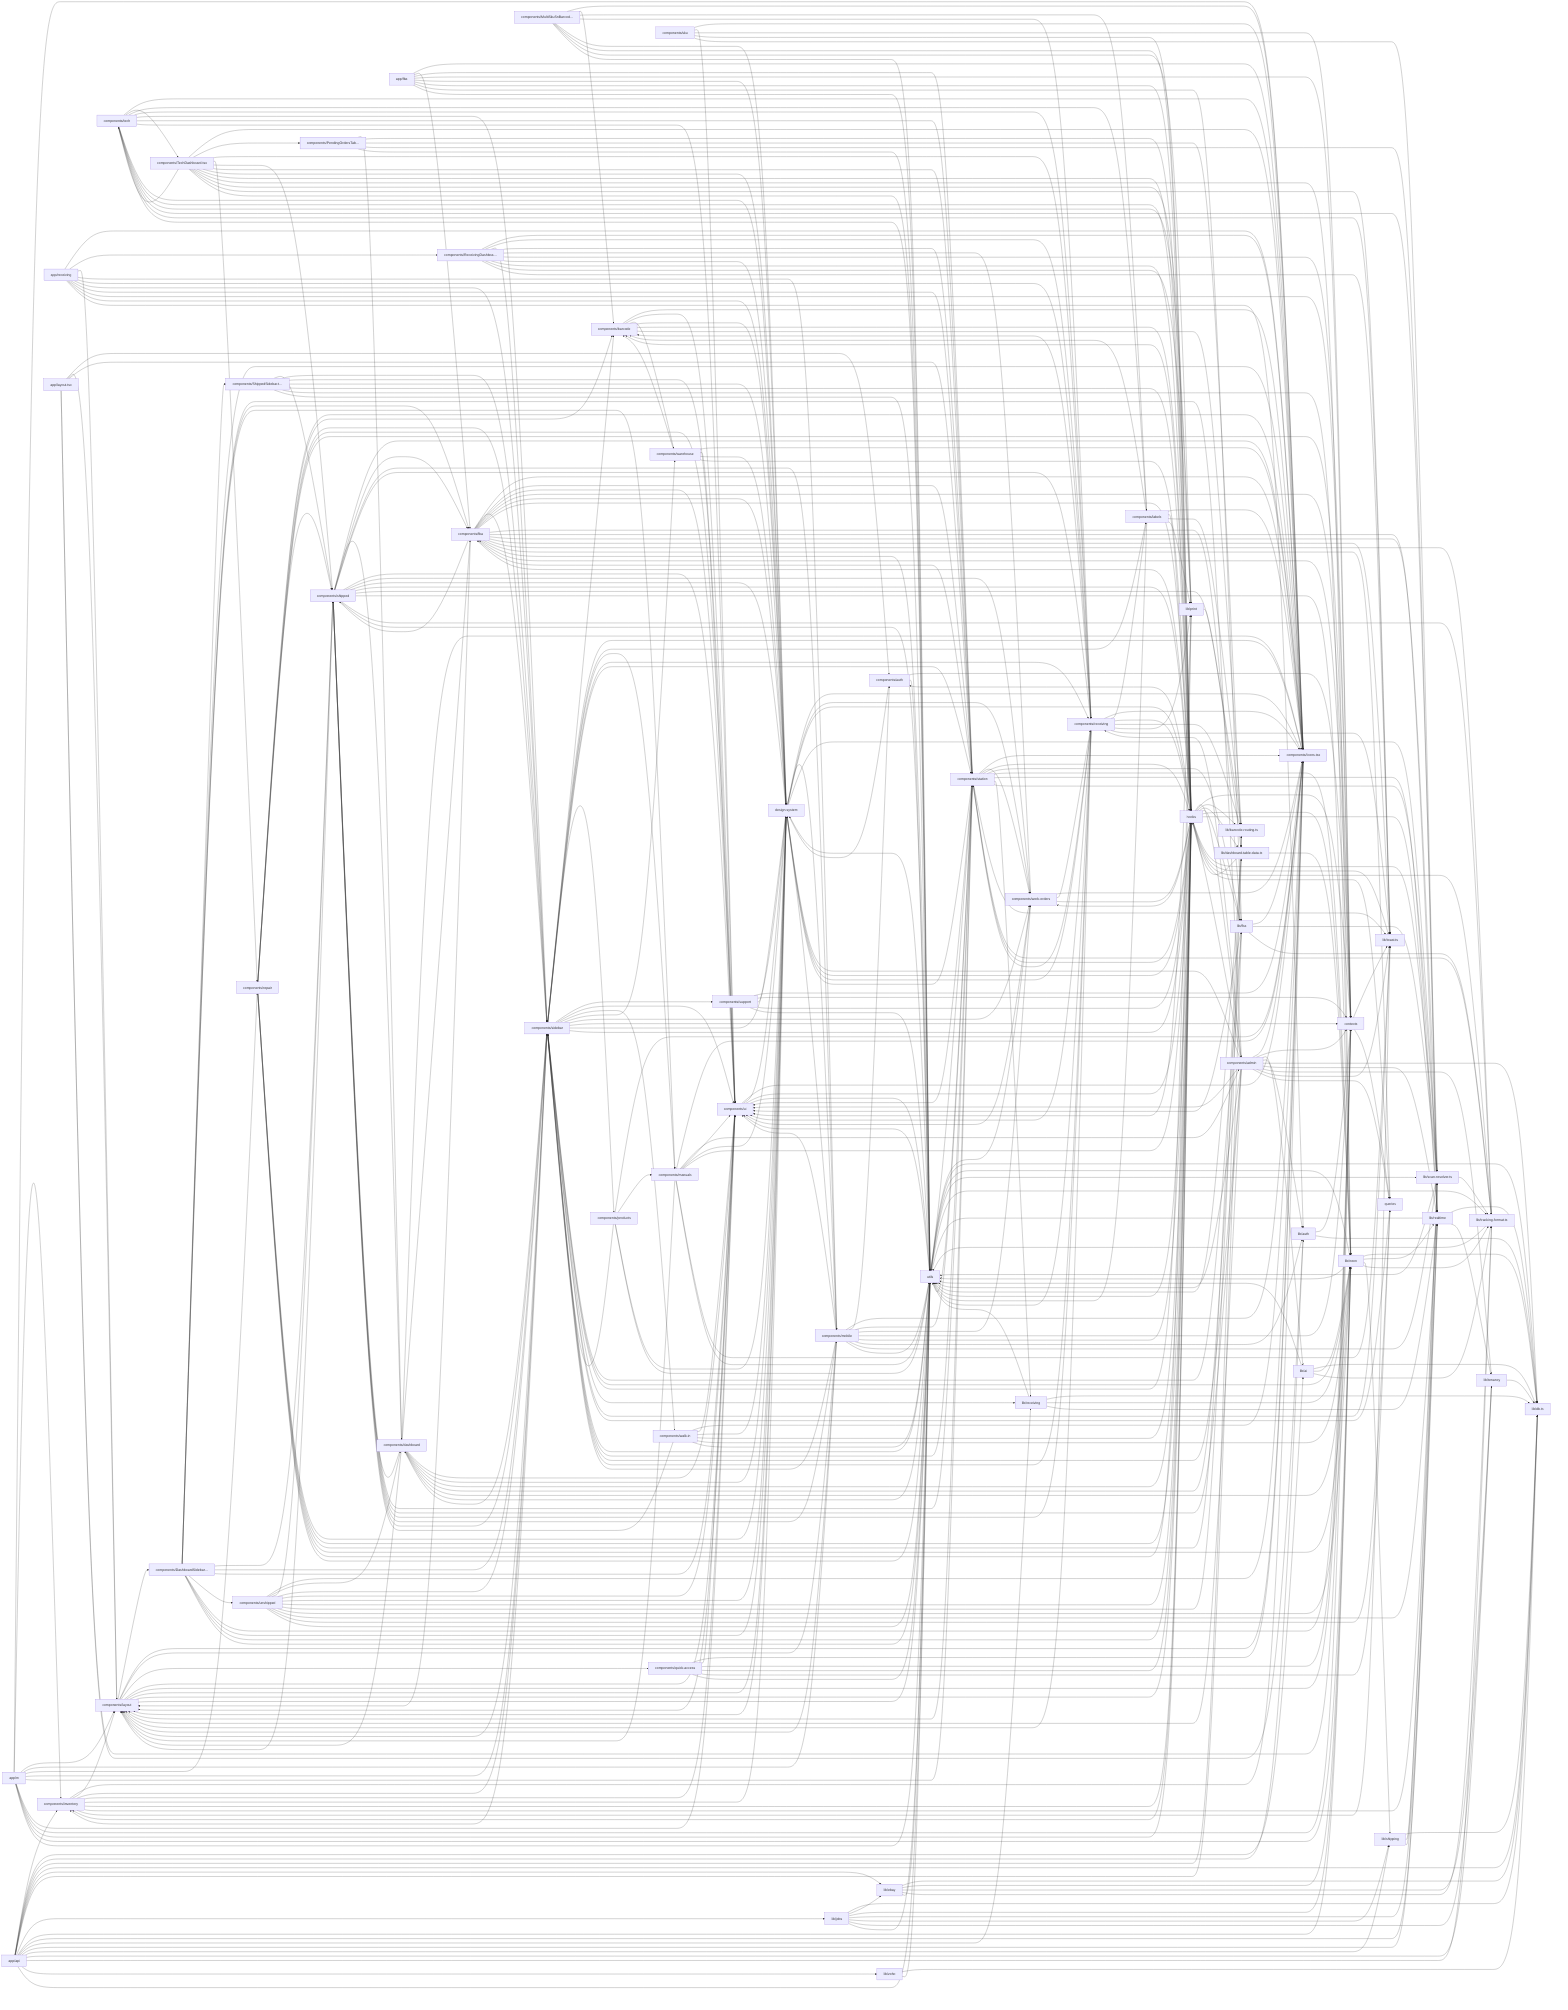
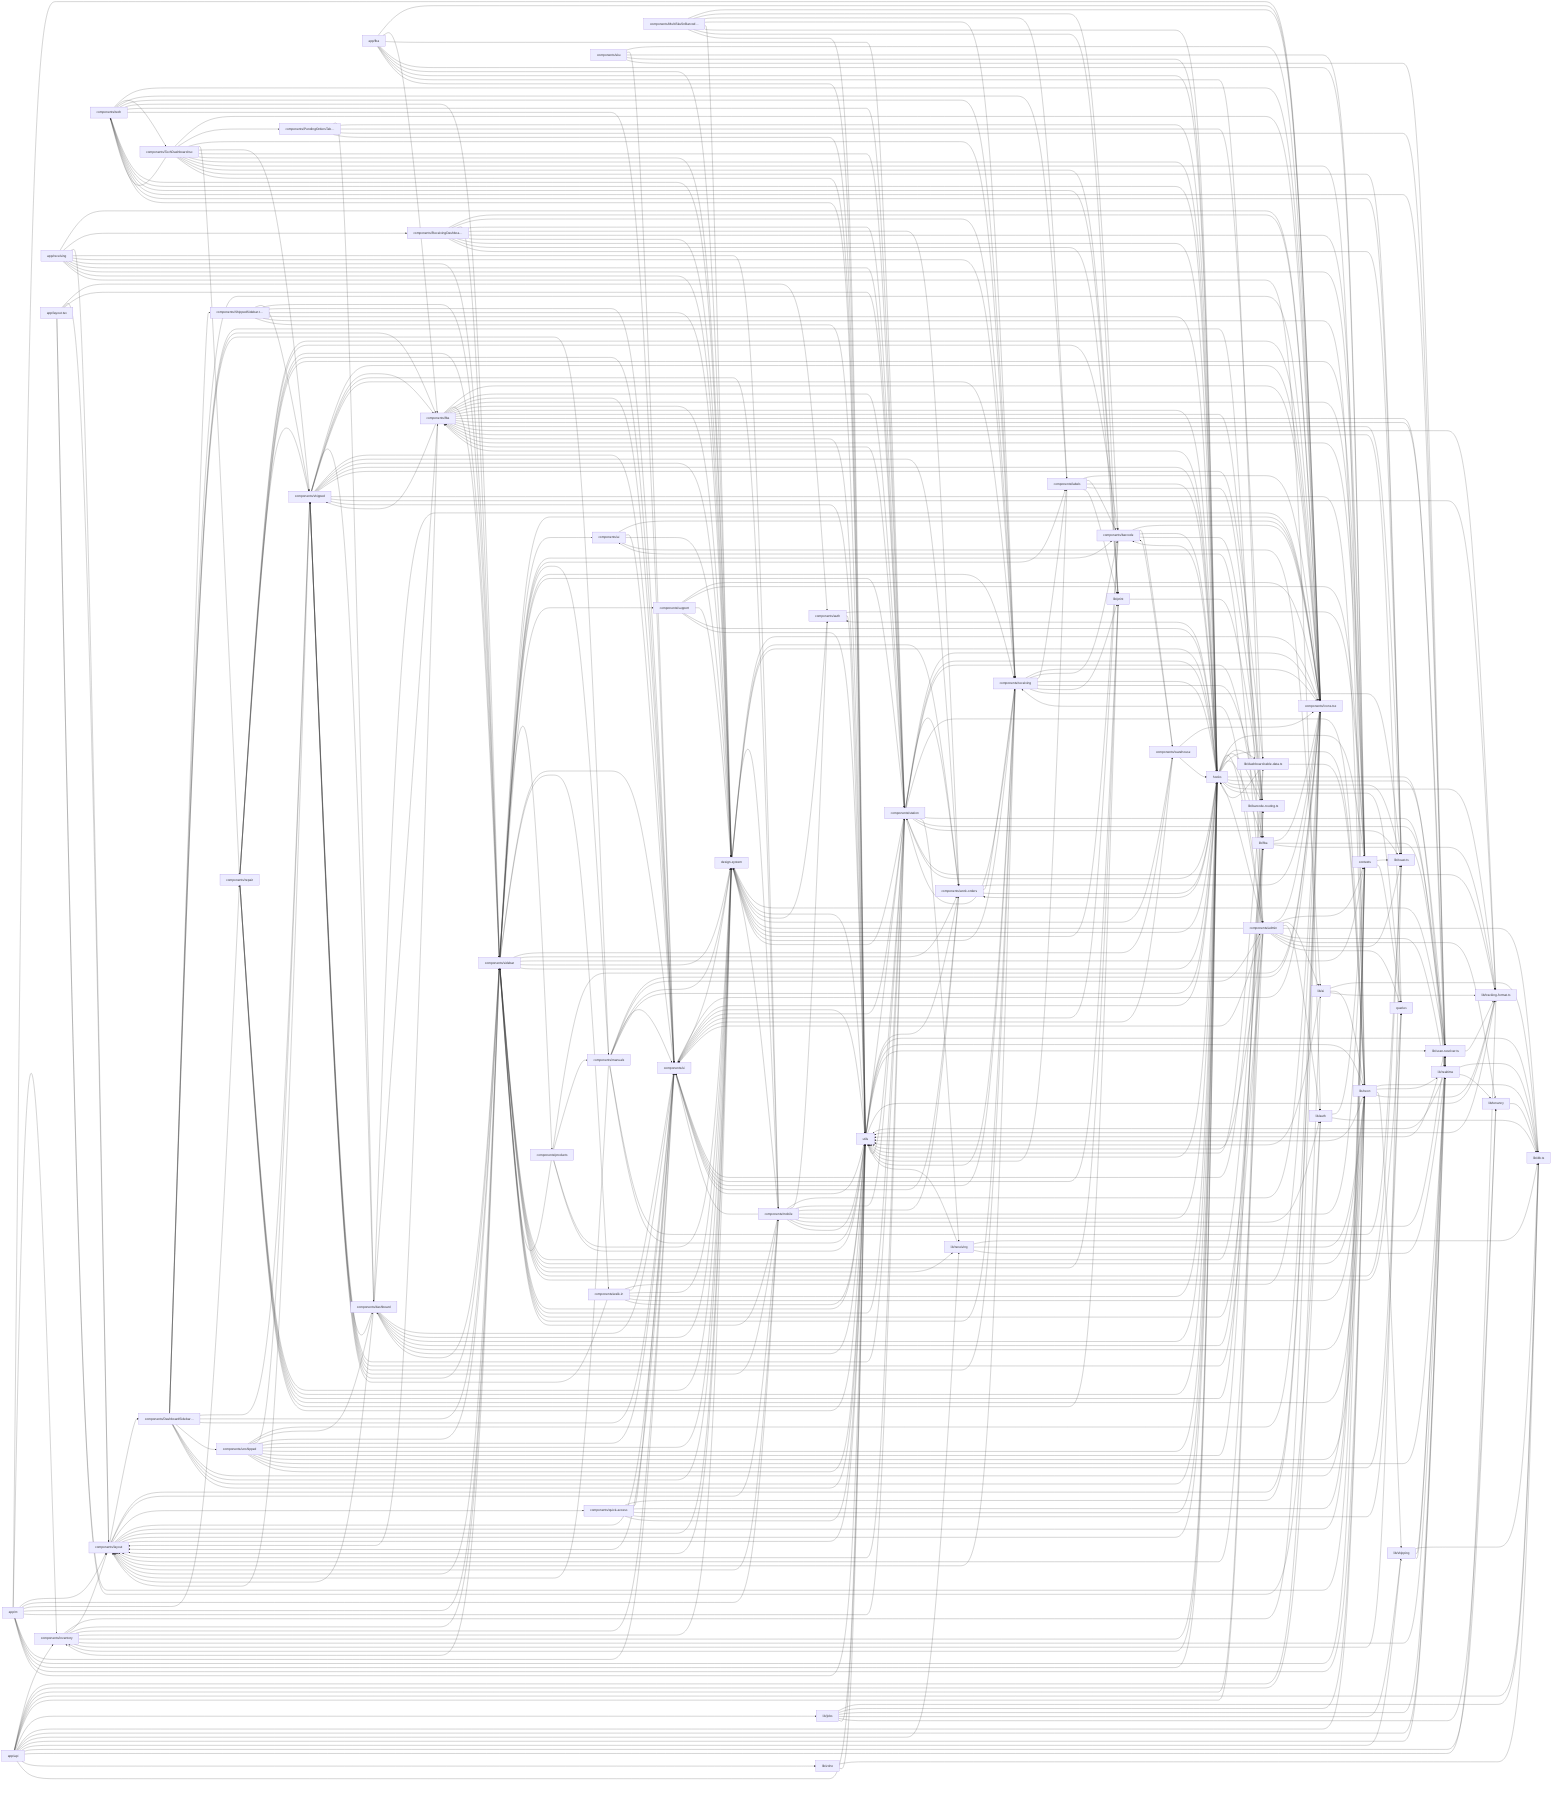
flowchart LR
  app_api["app/api"]
  click app_api "src/app/api/scan-tracking/route.ts" "Open src/app/api/scan-tracking/route.ts"
  hooks["hooks"]
  click hooks "src/hooks/_lifecycle.ts" "Open src/hooks/_lifecycle.ts"
  utils["utils"]
  click utils "src/utils/upnext-shared.ts" "Open src/utils/upnext-shared.ts"
  components_sidebar["components/sidebar"]
  click components_sidebar "src/components/sidebar/AiChatSidebarPanel.tsx" "Open src/components/sidebar/AiChatSidebarPanel.tsx"
  components_Icons_tsx["components/Icons.tsx"]
  click components_Icons_tsx "src/components/Icons.tsx" "Open src/components/Icons.tsx"
  design_system["design-system"]
  click design_system "src/design-system/index.ts" "Open src/design-system/index.ts"
  components_ui["components/ui"]
  click components_ui "src/components/ui/DeleteButton.tsx" "Open src/components/ui/DeleteButton.tsx"
  lib_db_ts["lib/db.ts"]
  click lib_db_ts "src/lib/db.ts" "Open src/lib/db.ts"
  components_station["components/station"]
  click components_station "src/components/station/BarcodeScanner.tsx" "Open src/components/station/BarcodeScanner.tsx"
  components_shipped["components/shipped"]
  click components_shipped "src/components/shipped/DateGroupHeader.tsx" "Open src/components/shipped/DateGroupHeader.tsx"
  components_layout["components/layout"]
  click components_layout "src/components/layout/GlobalHeader.tsx" "Open src/components/layout/GlobalHeader.tsx"
  lib_neon["lib/neon"]
  click lib_neon "src/lib/neon/serial-units-queries.ts" "Open src/lib/neon/serial-units-queries.ts"
  contexts["contexts"]
  click contexts "src/contexts/HeaderContext.tsx" "Open src/contexts/HeaderContext.tsx"
  components_receiving["components/receiving"]
  click components_receiving "src/components/receiving/Mode2Unboxing.tsx" "Open src/components/receiving/Mode2Unboxing.tsx"
  components_admin["components/admin"]
  click components_admin "src/components/admin/SkuCatalogManagementTab.tsx" "Open src/components/admin/SkuCatalogManagementTab.tsx"
  components_mobile["components/mobile"]
  click components_mobile "src/components/mobile/ScanSurface.tsx" "Open src/components/mobile/ScanSurface.tsx"
  components_fba["components/fba"]
  click components_fba "src/components/fba/FbaShippedTable.tsx" "Open src/components/fba/FbaShippedTable.tsx"
  lib_realtime["lib/realtime"]
  click lib_realtime "src/lib/realtime/db-events.ts" "Open src/lib/realtime/db-events.ts"
  components_tech["components/tech"]
  click components_tech "src/components/tech/UpNextActionDock.tsx" "Open src/components/tech/UpNextActionDock.tsx"
  components_repair["components/repair"]
  click components_repair "src/components/repair/SignaturePad.tsx" "Open src/components/repair/SignaturePad.tsx"
  lib_auth["lib/auth"]
  click lib_auth "src/lib/auth/permission-registry.ts" "Open src/lib/auth/permission-registry.ts"
  components_TechDashboard_tsx["components/TechDashboard.tsx"]
  click components_TechDashboard_tsx "src/components/TechDashboard.tsx" "Open src/components/TechDashboard.tsx"
  components_inventory["components/inventory"]
  click components_inventory "src/components/inventory/InventoryShell.tsx" "Open src/components/inventory/InventoryShell.tsx"
  lib_scan_resolver_ts["lib/scan-resolver.ts"]
  click lib_scan_resolver_ts "src/lib/scan-resolver.ts" "Open src/lib/scan-resolver.ts"
  lib_tracking_format_ts["lib/tracking-format.ts"]
  click lib_tracking_format_ts "src/lib/tracking-format.ts" "Open src/lib/tracking-format.ts"
  components_DashboardSidebar_tsx["components/DashboardSidebar…"]
  click components_DashboardSidebar_tsx "src/components/DashboardSidebar.tsx" "Open src/components/DashboardSidebar.tsx"
  components_dashboard["components/dashboard"]
  click components_dashboard "src/components/dashboard/StockZohoOrdersTable.tsx" "Open src/components/dashboard/StockZohoOrdersTable.tsx"
  components_barcode["components/barcode"]
  click components_barcode "src/components/barcode/SkuInput.tsx" "Open src/components/barcode/SkuInput.tsx"
  components_unshipped["components/unshipped"]
  click components_unshipped "src/components/unshipped/UnshippedTable.tsx" "Open src/components/unshipped/UnshippedTable.tsx"
  components_work_orders["components/work-orders"]
  click components_work_orders "src/components/work-orders/WorkOrderInfoStrip.tsx" "Open src/components/work-orders/WorkOrderInfoStrip.tsx"
  lib_jobs["lib/jobs"]
  click lib_jobs "src/lib/jobs/ebay-sync.ts" "Open src/lib/jobs/ebay-sync.ts"
  app_m["app/m"]
  click app_m "src/app/m/layout.tsx" "Open src/app/m/layout.tsx"
  components_manuals["components/manuals"]
  click components_manuals "src/components/manuals/ManualsLibrarySidebar.tsx" "Open src/components/manuals/ManualsLibrarySidebar.tsx"
  lib_toast_ts["lib/toast.ts"]
  click lib_toast_ts "src/lib/toast.ts" "Open src/lib/toast.ts"
  components_ReceivingDashboard_tsx["components/ReceivingDashboa…"]
  click components_ReceivingDashboard_tsx "src/components/ReceivingDashboard.tsx" "Open src/components/ReceivingDashboard.tsx"
  lib_print["lib/print"]
  click lib_print "src/lib/print/printLabel.ts" "Open src/lib/print/printLabel.ts"
  lib_fba["lib/fba"]
  click lib_fba "src/lib/fba/board-item.ts" "Open src/lib/fba/board-item.ts"
  app_receiving["app/receiving"]
  click app_receiving "src/app/receiving/page.tsx" "Open src/app/receiving/page.tsx"
  components_labels["components/labels"]
  click components_labels "src/components/labels/ReceivingCartonLabel.tsx" "Open src/components/labels/ReceivingCartonLabel.tsx"
  components_walk_in["components/walk-in"]
  click components_walk_in "src/components/walk-in/SalesDetailsPanel.tsx" "Open src/components/walk-in/SalesDetailsPanel.tsx"
  lib_tenancy["lib/tenancy"]
  click lib_tenancy "src/lib/tenancy/db.test.ts" "Open src/lib/tenancy/db.test.ts"
  components_warehouse["components/warehouse"]
  click components_warehouse "src/components/warehouse/roomFinderContext.tsx" "Open src/components/warehouse/roomFinderContext.tsx"
  app_layout_tsx["app/layout.tsx"]
  click app_layout_tsx "src/app/layout.tsx" "Open src/app/layout.tsx"
  components_ShippedSidebar_tsx["components/ShippedSidebar.t…"]
  click components_ShippedSidebar_tsx "src/components/ShippedSidebar.tsx" "Open src/components/ShippedSidebar.tsx"
  components_quick_access["components/quick-access"]
  click components_quick_access "src/components/quick-access/RecentSection.tsx" "Open src/components/quick-access/RecentSection.tsx"
  components_support["components/support"]
  click components_support "src/components/support/zendesk/badges.ts" "Open src/components/support/zendesk/badges.ts"
  components_sku["components/sku"]
  click components_sku "src/components/sku/BinRowDetailsSheet.tsx" "Open src/components/sku/BinRowDetailsSheet.tsx"
  lib_shipping["lib/shipping"]
  click lib_shipping "src/lib/shipping/repository.ts" "Open src/lib/shipping/repository.ts"
  lib_ai["lib/ai"]
  click lib_ai "src/lib/ai/date-range.test.ts" "Open src/lib/ai/date-range.test.ts"
  lib_receiving["lib/receiving"]
  click lib_receiving "src/lib/receiving/serial-attach.test.ts" "Open src/lib/receiving/serial-attach.test.ts"
  app_fba["app/fba"]
  click app_fba "src/app/fba/page.tsx" "Open src/app/fba/page.tsx"
  queries["queries"]
  click queries "src/queries/keys.ts" "Open src/queries/keys.ts"
  components_MultiSkuSnBarcode_tsx["components/MultiSkuSnBarcod…"]
  click components_MultiSkuSnBarcode_tsx "src/components/MultiSkuSnBarcode.tsx" "Open src/components/MultiSkuSnBarcode.tsx"
  components_PendingOrdersTable_tsx["components/PendingOrdersTab…"]
  click components_PendingOrdersTable_tsx "src/components/PendingOrdersTable.tsx" "Open src/components/PendingOrdersTable.tsx"
  components_products["components/products"]
  click components_products "src/components/products/types.ts" "Open src/components/products/types.ts"
  components_auth["components/auth"]
  click components_auth "src/components/auth/StepUpModal.tsx" "Open src/components/auth/StepUpModal.tsx"
+   components_ai["components/ai"]
+   click components_ai "src/components/ai/AiChatConversation.tsx" "Open src/components/ai/AiChatConversation.tsx"
  lib_dashboard_table_data_ts["lib/dashboard-table-data.ts"]
  click lib_dashboard_table_data_ts "src/lib/dashboard-table-data.ts" "Open src/lib/dashboard-table-data.ts"
  lib_barcode_routing_ts["lib/barcode-routing.ts"]
  click lib_barcode_routing_ts "src/lib/barcode-routing.ts" "Open src/lib/barcode-routing.ts"
  lib_zoho["lib/zoho"]
  click lib_zoho "src/lib/zoho/mock.ts" "Open src/lib/zoho/mock.ts"
-   lib_ebay["lib/ebay"]
-   click lib_ebay "src/lib/ebay/token-refresh.ts" "Open src/lib/ebay/token-refresh.ts"
  app_api --> components_inventory
  app_api --> lib_ai
  app_api --> lib_auth
  app_api --> lib_barcode_routing_ts
  app_api --> lib_db_ts
-   app_api --> lib_ebay
  app_api --> lib_fba
  app_api --> lib_jobs
  app_api --> lib_neon
  app_api --> lib_realtime
  app_api --> lib_receiving
  app_api --> lib_scan_resolver_ts
  app_api --> lib_shipping
  app_api --> lib_tenancy
  app_api --> lib_tracking_format_ts
  app_api --> lib_zoho
  app_api --> utils
  app_fba --> components_Icons_tsx
  app_fba --> components_fba
  app_fba --> components_station
  app_fba --> contexts
  app_fba --> design_system
  app_fba --> hooks
  app_fba --> lib_fba
  app_fba --> utils
  app_layout_tsx --> components_auth
  app_layout_tsx --> components_layout
  app_layout_tsx --> components_station
  app_layout_tsx --> contexts
  app_layout_tsx --> lib_auth
  app_m --> components_Icons_tsx
  app_m --> components_inventory
  app_m --> components_layout
  app_m --> components_mobile
  app_m --> components_repair
  app_m --> components_sidebar
  app_m --> components_station
  app_m --> components_ui
  app_m --> contexts
  app_m --> hooks
  app_m --> lib_neon
  app_m --> utils
  app_receiving --> components_Icons_tsx
  app_receiving --> components_ReceivingDashboard_tsx
  app_receiving --> components_layout
  app_receiving --> components_mobile
  app_receiving --> components_receiving
  app_receiving --> components_sidebar
  app_receiving --> components_station
  app_receiving --> contexts
  app_receiving --> design_system
  app_receiving --> lib_auth
  components_DashboardSidebar_tsx --> components_Icons_tsx
  components_DashboardSidebar_tsx --> components_ShippedSidebar_tsx
  components_DashboardSidebar_tsx --> components_admin
  components_DashboardSidebar_tsx --> components_fba
  components_DashboardSidebar_tsx --> components_manuals
  components_DashboardSidebar_tsx --> components_shipped
  components_DashboardSidebar_tsx --> components_sidebar
  components_DashboardSidebar_tsx --> components_ui
  components_DashboardSidebar_tsx --> components_unshipped
  components_DashboardSidebar_tsx --> contexts
  components_DashboardSidebar_tsx --> design_system
  components_DashboardSidebar_tsx --> hooks
  components_DashboardSidebar_tsx --> utils
  components_MultiSkuSnBarcode_tsx --> components_Icons_tsx
  components_MultiSkuSnBarcode_tsx --> components_barcode
  components_MultiSkuSnBarcode_tsx --> components_labels
  components_MultiSkuSnBarcode_tsx --> components_receiving
  components_MultiSkuSnBarcode_tsx --> design_system
  components_MultiSkuSnBarcode_tsx --> hooks
  components_MultiSkuSnBarcode_tsx --> lib_print
  components_MultiSkuSnBarcode_tsx --> utils
  components_PendingOrdersTable_tsx --> components_dashboard
  components_PendingOrdersTable_tsx --> hooks
  components_PendingOrdersTable_tsx --> lib_dashboard_table_data_ts
  components_PendingOrdersTable_tsx --> lib_realtime
  components_PendingOrdersTable_tsx --> utils
  components_ReceivingDashboard_tsx --> components_Icons_tsx
  components_ReceivingDashboard_tsx --> components_receiving
  components_ReceivingDashboard_tsx --> components_sidebar
  components_ReceivingDashboard_tsx --> components_station
  components_ReceivingDashboard_tsx --> components_work_orders
  components_ReceivingDashboard_tsx --> contexts
  components_ReceivingDashboard_tsx --> design_system
  components_ReceivingDashboard_tsx --> hooks
  components_ReceivingDashboard_tsx --> lib_print
  components_ReceivingDashboard_tsx --> lib_toast_ts
  components_ShippedSidebar_tsx --> components_shipped
  components_ShippedSidebar_tsx --> components_sidebar
  components_ShippedSidebar_tsx --> components_ui
  components_ShippedSidebar_tsx --> design_system
  components_ShippedSidebar_tsx --> hooks
  components_ShippedSidebar_tsx --> lib_neon
  components_ShippedSidebar_tsx --> utils
  components_TechDashboard_tsx --> components_Icons_tsx
  components_TechDashboard_tsx --> components_PendingOrdersTable_tsx
  components_TechDashboard_tsx --> components_receiving
  components_TechDashboard_tsx --> components_repair
  components_TechDashboard_tsx --> components_shipped
  components_TechDashboard_tsx --> components_station
  components_TechDashboard_tsx --> components_tech
  components_TechDashboard_tsx --> design_system
  components_TechDashboard_tsx --> hooks
  components_TechDashboard_tsx --> lib_neon
  components_TechDashboard_tsx --> lib_print
  components_TechDashboard_tsx --> lib_toast_ts
  components_TechDashboard_tsx --> utils
  components_admin --> components_Icons_tsx
+   components_admin --> components_ai
  components_admin --> components_layout
  components_admin --> components_receiving
  components_admin --> components_shipped
  components_admin --> components_sidebar
  components_admin --> components_ui
  components_admin --> contexts
  components_admin --> design_system
  components_admin --> hooks
  components_admin --> lib_ai
  components_admin --> lib_auth
  components_admin --> lib_db_ts
  components_admin --> lib_realtime
  components_admin --> lib_tenancy
  components_admin --> lib_toast_ts
  components_admin --> queries
  components_admin --> utils
+   components_ai --> components_Icons_tsx
+   components_ai --> components_ui
+   components_ai --> design_system
+   components_ai --> lib_ai
  components_auth --> contexts
  components_auth --> design_system
  components_auth --> utils
  components_barcode --> components_Icons_tsx
  components_barcode --> components_ui
  components_barcode --> components_warehouse
  components_barcode --> design_system
  components_barcode --> hooks
  components_barcode --> lib_barcode_routing_ts
  components_dashboard --> components_Icons_tsx
  components_dashboard --> components_fba
  components_dashboard --> components_layout
  components_dashboard --> components_shipped
  components_dashboard --> components_ui
  components_dashboard --> design_system
  components_dashboard --> hooks
  components_dashboard --> lib_fba
  components_dashboard --> lib_neon
  components_dashboard --> utils
  components_fba --> components_Icons_tsx
  components_fba --> components_layout
  components_fba --> components_shipped
  components_fba --> components_sidebar
  components_fba --> components_station
  components_fba --> components_ui
  components_fba --> contexts
  components_fba --> design_system
  components_fba --> hooks
  components_fba --> lib_fba
  components_fba --> lib_realtime
  components_fba --> lib_scan_resolver_ts
  components_fba --> lib_toast_ts
  components_fba --> lib_tracking_format_ts
  components_fba --> queries
  components_fba --> utils
  components_inventory --> components_Icons_tsx
  components_inventory --> components_layout
  components_inventory --> components_sidebar
  components_inventory --> components_ui
  components_inventory --> design_system
  components_inventory --> hooks
  components_inventory --> lib_scan_resolver_ts
  components_inventory --> lib_toast_ts
  components_labels --> components_Icons_tsx
  components_labels --> components_barcode
  components_labels --> hooks
  components_labels --> lib_barcode_routing_ts
  components_labels --> lib_print
  components_labels --> utils
  components_layout --> components_DashboardSidebar_tsx
  components_layout --> components_Icons_tsx
  components_layout --> components_mobile
  components_layout --> components_quick_access
  components_layout --> components_ui
  components_layout --> contexts
  components_layout --> design_system
  components_layout --> hooks
  components_layout --> utils
  components_manuals --> components_Icons_tsx
  components_manuals --> components_admin
  components_manuals --> components_layout
  components_manuals --> components_ui
  components_manuals --> design_system
  components_manuals --> hooks
  components_manuals --> lib_toast_ts
  components_manuals --> utils
  components_mobile --> components_Icons_tsx
  components_mobile --> components_auth
  components_mobile --> components_layout
  components_mobile --> components_shipped
  components_mobile --> components_sidebar
  components_mobile --> components_station
  components_mobile --> components_ui
  components_mobile --> components_work_orders
  components_mobile --> contexts
  components_mobile --> design_system
  components_mobile --> hooks
  components_mobile --> lib_auth
  components_mobile --> lib_scan_resolver_ts
  components_mobile --> utils
  components_products --> components_Icons_tsx
  components_products --> components_manuals
  components_products --> components_sidebar
  components_products --> design_system
  components_products --> utils
  components_quick_access --> components_Icons_tsx
  components_quick_access --> components_ui
  components_quick_access --> contexts
  components_quick_access --> hooks
  components_quick_access --> queries
  components_quick_access --> utils
  components_receiving --> components_Icons_tsx
  components_receiving --> components_barcode
  components_receiving --> components_labels
  components_receiving --> components_layout
  components_receiving --> components_shipped
  components_receiving --> components_sidebar
  components_receiving --> components_station
  components_receiving --> components_ui
  components_receiving --> design_system
  components_receiving --> hooks
  components_receiving --> lib_barcode_routing_ts
  components_receiving --> lib_print
  components_receiving --> lib_toast_ts
  components_receiving --> utils
  components_repair --> components_Icons_tsx
  components_repair --> components_barcode
  components_repair --> components_shipped
  components_repair --> components_sidebar
  components_repair --> components_ui
  components_repair --> contexts
  components_repair --> design_system
  components_repair --> hooks
  components_repair --> lib_barcode_routing_ts
  components_repair --> lib_neon
  components_repair --> lib_print
  components_repair --> utils
  components_shipped --> components_Icons_tsx
  components_shipped --> components_dashboard
  components_shipped --> components_fba
  components_shipped --> components_layout
  components_shipped --> components_mobile
  components_shipped --> components_receiving
  components_shipped --> components_ui
  components_shipped --> components_work_orders
  components_shipped --> design_system
  components_shipped --> hooks
  components_shipped --> lib_dashboard_table_data_ts
  components_shipped --> lib_neon
  components_shipped --> lib_tracking_format_ts
  components_shipped --> utils
  components_sidebar --> components_Icons_tsx
+   components_sidebar --> components_ai
  components_sidebar --> components_barcode
  components_sidebar --> components_dashboard
  components_sidebar --> components_inventory
  components_sidebar --> components_labels
  components_sidebar --> components_layout
  components_sidebar --> components_manuals
  components_sidebar --> components_products
  components_sidebar --> components_receiving
  components_sidebar --> components_shipped
  components_sidebar --> components_station
  components_sidebar --> components_support
  components_sidebar --> components_ui
  components_sidebar --> components_walk_in
  components_sidebar --> components_warehouse
  components_sidebar --> components_work_orders
  components_sidebar --> contexts
  components_sidebar --> design_system
  components_sidebar --> hooks
  components_sidebar --> lib_fba
  components_sidebar --> lib_neon
  components_sidebar --> lib_print
  components_sidebar --> lib_receiving
  components_sidebar --> lib_toast_ts
  components_sidebar --> queries
  components_sidebar --> utils
  components_sku --> components_Icons_tsx
  components_sku --> components_ui
  components_sku --> contexts
  components_sku --> hooks
  components_sku --> lib_realtime
  components_station --> components_Icons_tsx
  components_station --> components_fba
  components_station --> components_layout
  components_station --> components_shipped
  components_station --> components_sidebar
  components_station --> components_ui
  components_station --> components_work_orders
  components_station --> design_system
  components_station --> hooks
  components_station --> lib_fba
  components_station --> lib_neon
  components_station --> lib_realtime
  components_station --> lib_receiving
  components_station --> lib_scan_resolver_ts
  components_station --> lib_toast_ts
  components_station --> lib_tracking_format_ts
  components_station --> utils
  components_support --> components_Icons_tsx
  components_support --> contexts
  components_support --> design_system
  components_support --> hooks
  components_support --> utils
  components_tech --> components_Icons_tsx
  components_tech --> components_TechDashboard_tsx
  components_tech --> components_labels
  components_tech --> components_receiving
  components_tech --> components_sidebar
  components_tech --> components_station
  components_tech --> components_ui
  components_tech --> design_system
  components_tech --> hooks
  components_tech --> lib_print
  components_tech --> lib_scan_resolver_ts
  components_tech --> lib_toast_ts
  components_tech --> utils
  components_ui --> components_Icons_tsx
  components_ui --> components_layout
  components_ui --> design_system
  components_ui --> hooks
  components_ui --> utils
  components_unshipped --> components_Icons_tsx
  components_unshipped --> components_dashboard
  components_unshipped --> components_shipped
  components_unshipped --> components_sidebar
  components_unshipped --> components_ui
  components_unshipped --> design_system
  components_unshipped --> hooks
  components_unshipped --> lib_dashboard_table_data_ts
  components_unshipped --> lib_neon
  components_unshipped --> lib_realtime
  components_unshipped --> queries
  components_unshipped --> utils
  components_walk_in --> components_Icons_tsx
  components_walk_in --> components_shipped
  components_walk_in --> components_ui
  components_walk_in --> design_system
  components_walk_in --> hooks
  components_walk_in --> lib_neon
  components_walk_in --> utils
  components_warehouse --> components_Icons_tsx
  components_warehouse --> components_barcode
  components_warehouse --> components_ui
  components_warehouse --> design_system
  components_warehouse --> hooks
  components_work_orders --> components_Icons_tsx
  components_work_orders --> components_receiving
  components_work_orders --> components_ui
  components_work_orders --> hooks
  contexts --> components_fba
  contexts --> lib_toast_ts
  contexts --> queries
  design_system --> components_Icons_tsx
  design_system --> components_layout
  design_system --> components_mobile
  design_system --> components_work_orders
  design_system --> hooks
  design_system --> lib_scan_resolver_ts
  design_system --> utils
  hooks --> components_admin
  hooks --> components_auth
  hooks --> components_barcode
  hooks --> components_fba
  hooks --> components_inventory
  hooks --> components_station
  hooks --> components_work_orders
  hooks --> contexts
  hooks --> design_system
  hooks --> lib_barcode_routing_ts
  hooks --> lib_dashboard_table_data_ts
  hooks --> lib_fba
  hooks --> lib_neon
  hooks --> lib_realtime
  hooks --> lib_scan_resolver_ts
  hooks --> lib_toast_ts
  hooks --> lib_tracking_format_ts
  hooks --> queries
  hooks --> utils
  lib_ai --> lib_db_ts
  lib_ai --> lib_neon
  lib_ai --> lib_tracking_format_ts
  lib_ai --> utils
  lib_auth --> contexts
  lib_auth --> lib_db_ts
  lib_dashboard_table_data_ts --> hooks
  lib_dashboard_table_data_ts --> lib_neon
  lib_dashboard_table_data_ts --> utils
-   lib_ebay --> lib_db_ts
-   lib_ebay --> lib_neon
-   lib_ebay --> lib_tenancy
-   lib_ebay --> lib_tracking_format_ts
-   lib_ebay --> utils
  lib_fba --> components_Icons_tsx
  lib_fba --> components_ui
  lib_fba --> lib_scan_resolver_ts
  lib_fba --> lib_tracking_format_ts
  lib_jobs --> lib_db_ts
-   lib_jobs --> lib_ebay
  lib_jobs --> lib_neon
  lib_jobs --> lib_realtime
  lib_jobs --> lib_shipping
  lib_jobs --> lib_tenancy
  lib_jobs --> utils
  lib_neon --> lib_db_ts
  lib_neon --> lib_realtime
  lib_neon --> lib_shipping
  lib_neon --> lib_tracking_format_ts
  lib_neon --> utils
  lib_print --> components_ui
  lib_print --> lib_barcode_routing_ts
  lib_realtime --> lib_db_ts
  lib_realtime --> lib_tenancy
  lib_realtime --> utils
  lib_receiving --> lib_db_ts
  lib_receiving --> lib_neon
  lib_receiving --> lib_realtime
  lib_receiving --> utils
  lib_scan_resolver_ts --> lib_tracking_format_ts
  lib_scan_resolver_ts --> utils
  lib_shipping --> lib_db_ts
  lib_shipping --> lib_realtime
  lib_shipping --> lib_scan_resolver_ts
  lib_tenancy --> lib_db_ts
  lib_tracking_format_ts --> utils
  lib_zoho --> lib_db_ts
  lib_zoho --> utils
  utils --> components_station
  utils --> components_ui
  utils --> components_work_orders
  utils --> lib_db_ts
  utils --> lib_neon
  utils --> lib_scan_resolver_ts
  utils --> lib_tracking_format_ts
  %% truncated: 178 more groups not shown